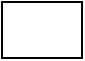
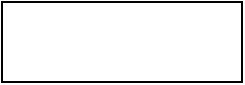
<mxfile>
  <diagram>
    <mxGraphModel>
      <root>
        <mxCell id="0"/>
        <mxCell id="1" parent="0"/>
        <object gap="4" name="orphan" placeholders="1" id="10">
-           <mxCell style="drawclockType=wire;points=[[0.0000,0.5000,0,0,0],[1.0000,0.5000,0,0,0]];" vertex="1" parent="1">
-             <mxGeometry x="40" y="40" width="40" height="28" as="geometry"/>
+           <mxCell style="drawclockType=from;points=[[1.0000,0.5000,0,0,0]];" vertex="1" parent="1">
+             <mxGeometry x="120" y="50" width="120" height="40" as="geometry"/>
          </mxCell>
        </object>
      </root>
    </mxGraphModel>
  </diagram>
</mxfile>
